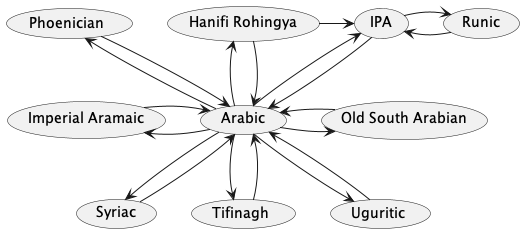
Earlier version of the PlantUML export packages/abjad-convert/doc/converters.png (amerharb/abjad-convert).
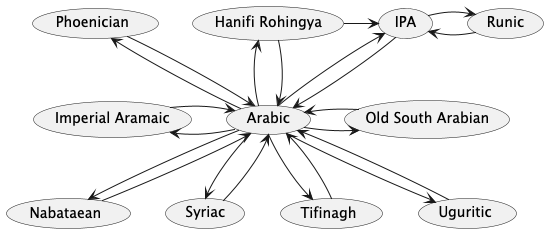
The same diagram one commit later.

Change to the diagram source:
```diff
@@ -9,6 +9,8 @@
 (IPA) <-left- (Hanifi Rohingya)
 (Arabic) -up-> (Phoenician)
 (Arabic) <-up- (Phoenician)
+(Arabic) --> (Nabataean)
+(Arabic) <-- (Nabataean)
 (Arabic) -> (Old South Arabian)
 (Arabic) <- (Old South Arabian)
 (Arabic) -left-> (Imperial Aramaic)
```
